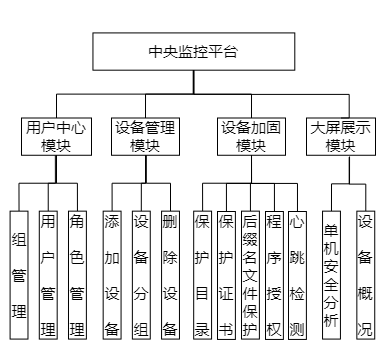
Before: 功能划分图.png, a diagram exported from draw.io (EchoZgj/paper). Source tidied: cells renumbered, new cells last; positions are measured from the earlier drawing's top-left corner, leaving out a move shared by most shapes.
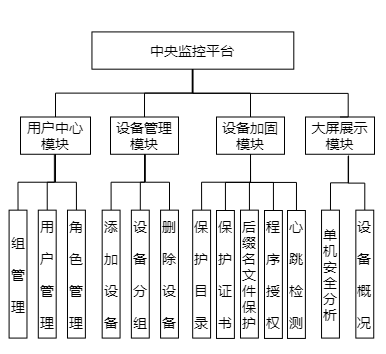
After the change.

Commit message:
Added 功能划分图.png

Diff of the diagram source:
```diff
@@ -17,13 +17,13 @@
     <mxCell id="6" style="group;" parent="5" vertex="1">
       <mxGeometry width="380" height="331" as="geometry" />
     </mxCell>
-    <mxCell id="7" value="&lt;font style=&quot;font-size: 15px&quot;&gt;中央监控平台&lt;/font&gt;" style="rounded=0;whiteSpace=wrap;html=1;" parent="6" vertex="1">
+    <mxCell id="7" value="&lt;font style=&quot;font-size: 14px&quot;&gt;中央监控平台&lt;/font&gt;" style="rounded=0;whiteSpace=wrap;html=1;" parent="6" vertex="1">
       <mxGeometry x="90.4" y="12.4" width="201.8" height="37.3" as="geometry" />
     </mxCell>
     <mxCell id="8" style="edgeStyle=orthogonalEdgeStyle;rounded=0;jettySize=auto;html=1;exitX=0.5;exitY=0;exitDx=0;exitDy=0;endArrow=none;endFill=0;" parent="6" edge="1" source="9" target="7">
       <mxGeometry relative="1" as="geometry" />
     </mxCell>
-    <mxCell id="9" value="&lt;font style=&quot;font-size: 15px&quot;&gt;用户中心模块&lt;/font&gt;" style="rounded=0;whiteSpace=wrap;html=1;" parent="6" vertex="1">
+    <mxCell id="9" value="&lt;font style=&quot;font-size: 14px&quot;&gt;用户中心模块&lt;/font&gt;" style="rounded=0;whiteSpace=wrap;html=1;" parent="6" vertex="1">
       <mxGeometry x="19" y="97.5" width="70" height="37.3" as="geometry" />
     </mxCell>
     <mxCell id="10" style="edgeStyle=orthogonalEdgeStyle;rounded=0;jettySize=auto;html=1;exitX=0.5;exitY=0;exitDx=0;exitDy=0;endArrow=none;endFill=0;" parent="6" edge="1" source="11">
@@ -31,7 +31,7 @@
         <mxPoint x="190.8" y="49.7" as="targetPoint" />
       </mxGeometry>
     </mxCell>
-    <mxCell id="11" value="&lt;font style=&quot;font-size: 15px&quot;&gt;设备管理模块&lt;/font&gt;" style="rounded=0;whiteSpace=wrap;html=1;" parent="6" vertex="1">
+    <mxCell id="11" value="&lt;font style=&quot;font-size: 14px&quot;&gt;设备管理模块&lt;/font&gt;" style="rounded=0;whiteSpace=wrap;html=1;" parent="6" vertex="1">
       <mxGeometry x="109" y="97.5" width="68" height="37.3" as="geometry" />
     </mxCell>
     <mxCell id="12" style="edgeStyle=orthogonalEdgeStyle;rounded=0;jettySize=auto;html=1;exitX=0.5;exitY=0;exitDx=0;exitDy=0;endArrow=none;endFill=0;" parent="6" edge="1" source="14">
@@ -42,10 +42,10 @@
     <mxCell id="13" style="edgeStyle=orthogonalEdgeStyle;rounded=0;jettySize=auto;html=1;exitX=0.5;exitY=1;exitDx=0;exitDy=0;endArrow=none;endFill=0;" parent="6" edge="1" source="14" target="41">
       <mxGeometry relative="1" as="geometry" />
     </mxCell>
-    <mxCell id="14" value="&lt;font style=&quot;font-size: 15px&quot;&gt;设备加固模块&lt;/font&gt;" style="rounded=0;whiteSpace=wrap;html=1;" parent="6" vertex="1">
+    <mxCell id="14" value="&lt;font style=&quot;font-size: 14px&quot;&gt;设备加固模块&lt;/font&gt;" style="rounded=0;whiteSpace=wrap;html=1;" parent="6" vertex="1">
       <mxGeometry x="215" y="97.5" width="68" height="37.3" as="geometry" />
     </mxCell>
-    <mxCell id="15" value="&lt;font style=&quot;font-size: 15px&quot;&gt;大屏展示模块&lt;/font&gt;" style="rounded=0;whiteSpace=wrap;html=1;" parent="6" vertex="1">
+    <mxCell id="15" value="&lt;font style=&quot;font-size: 14px&quot;&gt;大屏展示模块&lt;/font&gt;" style="rounded=0;whiteSpace=wrap;html=1;" parent="6" vertex="1">
       <mxGeometry x="304" y="97.5" width="69" height="37.3" as="geometry" />
     </mxCell>
     <mxCell id="16" style="edgeStyle=orthogonalEdgeStyle;rounded=0;jettySize=auto;html=1;exitX=0.5;exitY=1;exitDx=0;exitDy=0;entryX=0.5;entryY=0;entryDx=0;entryDy=0;endArrow=none;endFill=0;" parent="6" edge="1" source="7" target="15">
@@ -59,7 +59,7 @@
     <mxCell id="17" style="edgeStyle=orthogonalEdgeStyle;rounded=0;jettySize=auto;html=1;exitX=0.5;exitY=0;exitDx=0;exitDy=0;entryX=0.5;entryY=1;entryDx=0;entryDy=0;endArrow=none;endFill=0;" parent="6" edge="1" source="18" target="9">
       <mxGeometry relative="1" as="geometry" />
     </mxCell>
-    <mxCell id="18" value="&lt;span style=&quot;font-size: 15px&quot;&gt;组&lt;br&gt;&lt;br&gt;管&lt;br&gt;&lt;br&gt;理&lt;br&gt;&lt;/span&gt;" style="rounded=0;whiteSpace=wrap;html=1;" parent="6" vertex="1">
+    <mxCell id="18" value="&lt;span style=&quot;font-size: 14px&quot;&gt;组&lt;br&gt;&lt;br&gt;管&lt;br&gt;&lt;br&gt;理&lt;br&gt;&lt;/span&gt;" style="rounded=0;whiteSpace=wrap;html=1;" parent="6" vertex="1">
       <mxGeometry x="7.6" y="190.7" width="17.9" height="127.9" as="geometry" />
     </mxCell>
     <mxCell id="19" style="edgeStyle=orthogonalEdgeStyle;rounded=0;jettySize=auto;html=1;exitX=0.5;exitY=0;exitDx=0;exitDy=0;endArrow=none;endFill=0;" parent="6" edge="1" source="20">
@@ -67,19 +67,19 @@
         <mxPoint x="52.9" y="134.8" as="targetPoint" />
       </mxGeometry>
     </mxCell>
-    <mxCell id="20" value="&lt;span style=&quot;font-size: 15px&quot;&gt;用&lt;br&gt;&lt;br&gt;户&lt;br&gt;&lt;br&gt;管&lt;br&gt;&lt;br&gt;理&lt;br&gt;&lt;/span&gt;" style="rounded=0;whiteSpace=wrap;html=1;" parent="6" vertex="1">
+    <mxCell id="20" value="&lt;span style=&quot;font-size: 14px&quot;&gt;用&lt;br&gt;&lt;br&gt;户&lt;br&gt;&lt;br&gt;管&lt;br&gt;&lt;br&gt;理&lt;br&gt;&lt;/span&gt;" style="rounded=0;whiteSpace=wrap;html=1;" parent="6" vertex="1">
       <mxGeometry x="36.8" y="190.7" width="17.9" height="127.9" as="geometry" />
     </mxCell>
     <mxCell id="21" style="edgeStyle=orthogonalEdgeStyle;rounded=0;jettySize=auto;html=1;exitX=0.5;exitY=0;exitDx=0;exitDy=0;entryX=0.5;entryY=1;entryDx=0;entryDy=0;endArrow=none;endFill=0;" parent="6" edge="1" source="22" target="9">
       <mxGeometry relative="1" as="geometry" />
     </mxCell>
-    <mxCell id="22" value="&lt;span style=&quot;font-size: 15px&quot;&gt;角&lt;br&gt;&lt;br&gt;色&lt;br&gt;&lt;br&gt;管&lt;br&gt;&lt;br&gt;理&lt;br&gt;&lt;/span&gt;" style="rounded=0;whiteSpace=wrap;html=1;" parent="6" vertex="1">
+    <mxCell id="22" value="&lt;span style=&quot;font-size: 14px&quot;&gt;角&lt;br&gt;&lt;br&gt;色&lt;br&gt;&lt;br&gt;管&lt;br&gt;&lt;br&gt;理&lt;br&gt;&lt;/span&gt;" style="rounded=0;whiteSpace=wrap;html=1;" parent="6" vertex="1">
       <mxGeometry x="66" y="190.7" width="17.9" height="127.9" as="geometry" />
     </mxCell>
     <mxCell id="23" style="edgeStyle=orthogonalEdgeStyle;rounded=0;jettySize=auto;html=1;exitX=0.5;exitY=0;exitDx=0;exitDy=0;entryX=0.5;entryY=1;entryDx=0;entryDy=0;endArrow=none;endFill=0;" parent="6" edge="1" source="24" target="11">
       <mxGeometry relative="1" as="geometry" />
     </mxCell>
-    <mxCell id="24" value="&lt;span style=&quot;font-size: 15px&quot;&gt;&lt;br&gt;添&lt;br&gt;&lt;br&gt;加&lt;br&gt;&lt;br&gt;设&lt;br&gt;&lt;br&gt;备&lt;br&gt;&lt;br&gt;&lt;/span&gt;" style="rounded=0;whiteSpace=wrap;html=1;" parent="6" vertex="1">
+    <mxCell id="24" value="&lt;span style=&quot;font-size: 14px&quot;&gt;&lt;br&gt;添&lt;br&gt;&lt;br&gt;加&lt;br&gt;&lt;br&gt;设&lt;br&gt;&lt;br&gt;备&lt;br&gt;&lt;br&gt;&lt;/span&gt;" style="rounded=0;whiteSpace=wrap;html=1;" parent="6" vertex="1">
       <mxGeometry x="100.7" y="190.7" width="17.9" height="127.9" as="geometry" />
     </mxCell>
     <mxCell id="25" style="edgeStyle=orthogonalEdgeStyle;rounded=0;jettySize=auto;html=1;exitX=0.5;exitY=0;exitDx=0;exitDy=0;endArrow=none;endFill=0;" parent="6" edge="1" source="26">
@@ -87,7 +87,7 @@
         <mxPoint x="143.4" y="134.8" as="targetPoint" />
       </mxGeometry>
     </mxCell>
-    <mxCell id="26" value="&lt;span style=&quot;font-size: 15px&quot;&gt;设&lt;br&gt;&lt;br&gt;备&lt;br&gt;&lt;br&gt;分&lt;br&gt;&lt;br&gt;组&lt;br&gt;&lt;/span&gt;" style="rounded=0;whiteSpace=wrap;html=1;" parent="6" vertex="1">
+    <mxCell id="26" value="&lt;span style=&quot;font-size: 14px&quot;&gt;设&lt;br&gt;&lt;br&gt;备&lt;br&gt;&lt;br&gt;分&lt;br&gt;&lt;br&gt;组&lt;br&gt;&lt;/span&gt;" style="rounded=0;whiteSpace=wrap;html=1;" parent="6" vertex="1">
       <mxGeometry x="129.9" y="190.7" width="17.9" height="127.9" as="geometry" />
     </mxCell>
     <mxCell id="27" style="edgeStyle=orthogonalEdgeStyle;rounded=0;jettySize=auto;html=1;exitX=0.5;exitY=0;exitDx=0;exitDy=0;endArrow=none;endFill=0;" parent="6" edge="1" source="28">
@@ -95,31 +95,31 @@
         <mxPoint x="143.7" y="134.8" as="targetPoint" />
       </mxGeometry>
     </mxCell>
-    <mxCell id="28" value="&lt;span style=&quot;font-size: 15px&quot;&gt;删&lt;br&gt;&lt;br&gt;除&lt;br&gt;&lt;br&gt;设&lt;br&gt;&lt;br&gt;备&lt;br&gt;&lt;/span&gt;" style="rounded=0;whiteSpace=wrap;html=1;" parent="6" vertex="1">
+    <mxCell id="28" value="&lt;span style=&quot;font-size: 14px&quot;&gt;删&lt;br&gt;&lt;br&gt;除&lt;br&gt;&lt;br&gt;设&lt;br&gt;&lt;br&gt;备&lt;br&gt;&lt;/span&gt;" style="rounded=0;whiteSpace=wrap;html=1;" parent="6" vertex="1">
       <mxGeometry x="159.1" y="190.7" width="17.9" height="127.9" as="geometry" />
     </mxCell>
     <mxCell id="29" style="edgeStyle=orthogonalEdgeStyle;rounded=0;jettySize=auto;html=1;exitX=0.5;exitY=0;exitDx=0;exitDy=0;endArrow=none;endFill=0;" parent="6" edge="1" source="30" target="14">
       <mxGeometry relative="1" as="geometry" />
     </mxCell>
-    <mxCell id="30" value="&lt;span style=&quot;font-size: 15px&quot;&gt;保&lt;br&gt;&lt;br&gt;护&lt;br&gt;&lt;br&gt;目&lt;br&gt;&lt;br&gt;录&lt;br&gt;&lt;/span&gt;" style="rounded=0;whiteSpace=wrap;html=1;" parent="6" vertex="1">
+    <mxCell id="30" value="&lt;span style=&quot;font-size: 14px&quot;&gt;保&lt;br&gt;&lt;br&gt;护&lt;br&gt;&lt;br&gt;目&lt;br&gt;&lt;br&gt;录&lt;br&gt;&lt;/span&gt;" style="rounded=0;whiteSpace=wrap;html=1;" parent="6" vertex="1">
       <mxGeometry x="191.2" y="190.7" width="17.9" height="127.9" as="geometry" />
     </mxCell>
     <mxCell id="31" style="edgeStyle=orthogonalEdgeStyle;rounded=0;jettySize=auto;html=1;exitX=0.5;exitY=0;exitDx=0;exitDy=0;entryX=0.5;entryY=1;entryDx=0;entryDy=0;endArrow=none;endFill=0;" parent="6" edge="1" source="32" target="14">
       <mxGeometry relative="1" as="geometry" />
     </mxCell>
-    <mxCell id="32" value="&lt;span style=&quot;font-size: 15px&quot;&gt;保&lt;br&gt;&lt;br&gt;护&lt;br&gt;&lt;br&gt;证&lt;br&gt;&lt;br&gt;书&lt;br&gt;&lt;/span&gt;" style="rounded=0;whiteSpace=wrap;html=1;" parent="6" vertex="1">
+    <mxCell id="32" value="&lt;span style=&quot;font-size: 14px&quot;&gt;保&lt;br&gt;&lt;br&gt;护&lt;br&gt;&lt;br&gt;证&lt;br&gt;&lt;br&gt;书&lt;br&gt;&lt;/span&gt;" style="rounded=0;whiteSpace=wrap;html=1;" parent="6" vertex="1">
       <mxGeometry x="215" y="191" width="17.9" height="127.9" as="geometry" />
     </mxCell>
     <mxCell id="33" style="edgeStyle=orthogonalEdgeStyle;rounded=0;jettySize=auto;html=1;exitX=0.5;exitY=0;exitDx=0;exitDy=0;entryX=0.5;entryY=1;entryDx=0;entryDy=0;endArrow=none;endFill=0;" parent="6" edge="1" source="34" target="14">
       <mxGeometry relative="1" as="geometry" />
     </mxCell>
-    <mxCell id="34" value="&lt;span style=&quot;font-size: 15px&quot;&gt;后&lt;br&gt;缀&lt;br&gt;名&lt;br&gt;文&lt;br&gt;件&lt;br&gt;保&lt;br&gt;护&lt;br&gt;&lt;/span&gt;" style="rounded=0;whiteSpace=wrap;html=1;" parent="6" vertex="1">
+    <mxCell id="34" value="&lt;span style=&quot;font-size: 14px&quot;&gt;后&lt;br&gt;缀&lt;br&gt;名&lt;br&gt;文&lt;br&gt;件&lt;br&gt;保&lt;br&gt;护&lt;br&gt;&lt;/span&gt;" style="rounded=0;whiteSpace=wrap;html=1;" parent="6" vertex="1">
       <mxGeometry x="239" y="190.7" width="17.9" height="127.9" as="geometry" />
     </mxCell>
     <mxCell id="35" style="edgeStyle=orthogonalEdgeStyle;rounded=0;jettySize=auto;html=1;exitX=0.5;exitY=0;exitDx=0;exitDy=0;entryX=0.5;entryY=1;entryDx=0;entryDy=0;endArrow=none;endFill=0;" parent="6" edge="1" source="36" target="14">
       <mxGeometry relative="1" as="geometry" />
     </mxCell>
-    <mxCell id="36" value="&lt;span style=&quot;font-size: 15px&quot;&gt;程&lt;br&gt;&lt;br&gt;序&lt;br&gt;&lt;br&gt;授&lt;br&gt;&lt;br&gt;权&lt;br&gt;&lt;/span&gt;" style="rounded=0;whiteSpace=wrap;html=1;" parent="6" vertex="1">
+    <mxCell id="36" value="&lt;span style=&quot;font-size: 14px&quot;&gt;程&lt;br&gt;&lt;br&gt;序&lt;br&gt;&lt;br&gt;授&lt;br&gt;&lt;br&gt;权&lt;br&gt;&lt;/span&gt;" style="rounded=0;whiteSpace=wrap;html=1;" parent="6" vertex="1">
       <mxGeometry x="263" y="191" width="17.9" height="127.9" as="geometry" />
     </mxCell>
     <mxCell id="37" style="edgeStyle=orthogonalEdgeStyle;rounded=0;jettySize=auto;html=1;exitX=0.5;exitY=0;exitDx=0;exitDy=0;endArrow=none;endFill=0;" parent="6" edge="1" source="38">
@@ -127,7 +127,7 @@
         <mxPoint x="347" y="136" as="targetPoint" />
       </mxGeometry>
     </mxCell>
-    <mxCell id="38" value="&lt;span style=&quot;font-size: 15px&quot;&gt;单&lt;br&gt;机&lt;br&gt;安&lt;br&gt;全&lt;br&gt;分&lt;br&gt;析&lt;br&gt;&lt;/span&gt;" style="rounded=0;whiteSpace=wrap;html=1;" parent="6" vertex="1">
+    <mxCell id="38" value="&lt;span style=&quot;font-size: 14px&quot;&gt;单&lt;br&gt;机&lt;br&gt;安&lt;br&gt;全&lt;br&gt;分&lt;br&gt;析&lt;br&gt;&lt;/span&gt;" style="rounded=0;whiteSpace=wrap;html=1;" parent="6" vertex="1">
       <mxGeometry x="320" y="190.7" width="17.9" height="127.9" as="geometry" />
     </mxCell>
     <mxCell id="39" style="edgeStyle=orthogonalEdgeStyle;rounded=0;jettySize=auto;html=1;exitX=0.5;exitY=0;exitDx=0;exitDy=0;endArrow=none;endFill=0;" parent="6" edge="1" source="40">
@@ -135,10 +135,10 @@
         <mxPoint x="346.7" y="136.6" as="targetPoint" />
       </mxGeometry>
     </mxCell>
-    <mxCell id="40" value="&lt;span style=&quot;font-size: 15px&quot;&gt;设&lt;br&gt;&lt;br&gt;备&lt;br&gt;&lt;br&gt;概&lt;br&gt;&lt;br&gt;况&lt;br&gt;&lt;/span&gt;" style="rounded=0;whiteSpace=wrap;html=1;" parent="6" vertex="1">
+    <mxCell id="40" value="&lt;span style=&quot;font-size: 14px&quot;&gt;设&lt;br&gt;&lt;br&gt;备&lt;br&gt;&lt;br&gt;概&lt;br&gt;&lt;br&gt;况&lt;br&gt;&lt;/span&gt;" style="rounded=0;whiteSpace=wrap;html=1;" parent="6" vertex="1">
       <mxGeometry x="354.3" y="190.7" width="17.9" height="127.9" as="geometry" />
     </mxCell>
-    <mxCell id="41" value="&lt;span style=&quot;font-size: 15px&quot;&gt;心&lt;br&gt;&lt;br&gt;跳&lt;br&gt;&lt;br&gt;检&lt;br&gt;&lt;br&gt;测&lt;br&gt;&lt;/span&gt;" style="rounded=0;whiteSpace=wrap;html=1;" parent="6" vertex="1">
+    <mxCell id="41" value="&lt;span style=&quot;font-size: 14px&quot;&gt;心&lt;br&gt;&lt;br&gt;跳&lt;br&gt;&lt;br&gt;检&lt;br&gt;&lt;br&gt;测&lt;br&gt;&lt;/span&gt;" style="rounded=0;whiteSpace=wrap;html=1;" parent="6" vertex="1">
       <mxGeometry x="286" y="191" width="17.9" height="127.9" as="geometry" />
     </mxCell>
   </root>
```
